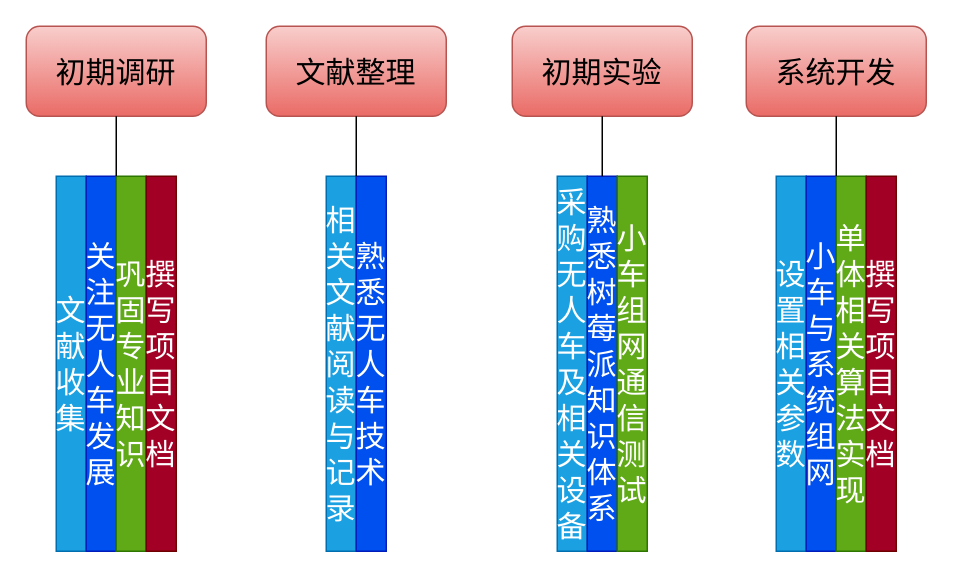
The draw.io diagram 俊康.drawio in Chen-Lun-Hao/EveryWord, before the edit. Source tidied: cells renumbered, new cells numbered last; positions are measured from the earlier drawing's top-left corner, leaving out a move shared by most shapes. Both pictures are drawn from the tidied source at 150%, with x=0, y=0 at pixel (26, 26).
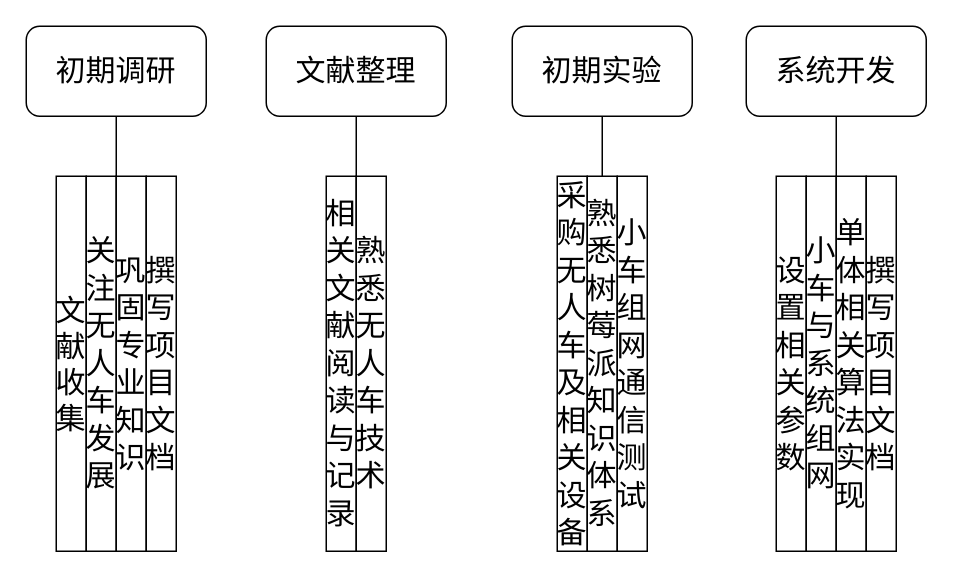
After the change.

What changed in the source:
```diff
@@
-    <mxCell id="2" value="&lt;font style=&quot;font-size: 20px&quot;&gt;初期调研&lt;/font&gt;" style="rounded=1;whiteSpace=wrap;html=1;fillColor=#f8cecc;gradientColor=#ea6b66;strokeColor=#b85450;" parent="1" vertex="1">
+    <mxCell id="2" value="&lt;font style=&quot;font-size: 20px&quot; color=&quot;#000000&quot; face=&quot;Comic Sans MS&quot;&gt;初期调研&lt;/font&gt;" style="rounded=1;whiteSpace=wrap;html=1;" parent="1" vertex="1">
       <mxGeometry width="120" height="60" as="geometry" />
     </mxCell>
-    <mxCell id="3" value="文献收集" style="rounded=0;whiteSpace=wrap;html=1;fontSize=20;fillColor=#1ba1e2;fontColor=#ffffff;strokeColor=#006EAF;" parent="1" vertex="1">
+    <mxCell id="3" value="&lt;font color=&quot;#000000&quot;&gt;文献收集&lt;/font&gt;" style="rounded=0;whiteSpace=wrap;html=1;fontSize=20;" parent="1" vertex="1">
       <mxGeometry x="20" y="100" width="20" height="250" as="geometry" />
     </mxCell>
-    <mxCell id="4" value="关注无人车发展" style="rounded=0;whiteSpace=wrap;html=1;fontSize=20;fillColor=#0050ef;fontColor=#ffffff;strokeColor=#001DBC;" parent="1" vertex="1">
+    <mxCell id="4" value="&lt;font color=&quot;#000000&quot; face=&quot;Comic Sans MS&quot;&gt;关注无人车发展&lt;/font&gt;" style="rounded=0;whiteSpace=wrap;html=1;fontSize=20;" parent="1" vertex="1">
       <mxGeometry x="40" y="100" width="20" height="250" as="geometry" />
     </mxCell>
-    <mxCell id="5" value="巩固专业知识" style="rounded=0;whiteSpace=wrap;html=1;fontSize=20;fillColor=#60a917;fontColor=#ffffff;strokeColor=#2D7600;" parent="1" vertex="1">
+    <mxCell id="5" value="&lt;font color=&quot;#000000&quot; face=&quot;Comic Sans MS&quot;&gt;巩固专业知识&lt;/font&gt;" style="rounded=0;whiteSpace=wrap;html=1;fontSize=20;" parent="1" vertex="1">
       <mxGeometry x="60" y="100" width="20" height="250" as="geometry" />
     </mxCell>
-    <mxCell id="6" value="撰写项目文档" style="rounded=0;whiteSpace=wrap;html=1;fontSize=20;fillColor=#a20025;fontColor=#ffffff;strokeColor=#6F0000;" parent="1" vertex="1">
+    <mxCell id="6" value="&lt;font color=&quot;#000000&quot; face=&quot;Comic Sans MS&quot;&gt;撰写项目文档&lt;/font&gt;" style="rounded=0;whiteSpace=wrap;html=1;fontSize=20;" parent="1" vertex="1">
       <mxGeometry x="80" y="100" width="20" height="250" as="geometry" />
     </mxCell>
@@
-    <mxCell id="8" value="&lt;font style=&quot;font-size: 20px&quot;&gt;文献整理&lt;/font&gt;" style="rounded=1;whiteSpace=wrap;html=1;fillColor=#f8cecc;gradientColor=#ea6b66;strokeColor=#b85450;" parent="1" vertex="1">
+    <mxCell id="8" value="&lt;font style=&quot;font-size: 20px&quot; color=&quot;#000000&quot; face=&quot;Comic Sans MS&quot;&gt;文献整理&lt;/font&gt;" style="rounded=1;whiteSpace=wrap;html=1;" parent="1" vertex="1">
       <mxGeometry x="160" width="120" height="60" as="geometry" />
     </mxCell>
-    <mxCell id="9" value="相关文献阅读与记录" style="rounded=0;whiteSpace=wrap;html=1;fontSize=20;fillColor=#1ba1e2;fontColor=#ffffff;strokeColor=#006EAF;" parent="1" vertex="1">
+    <mxCell id="9" value="&lt;font color=&quot;#000000&quot; face=&quot;Comic Sans MS&quot;&gt;相关文献阅读与记录&lt;/font&gt;" style="rounded=0;whiteSpace=wrap;html=1;fontSize=20;" parent="1" vertex="1">
       <mxGeometry x="200" y="100" width="20" height="250" as="geometry" />
     </mxCell>
-    <mxCell id="10" value="熟悉无人车技术" style="rounded=0;whiteSpace=wrap;html=1;fontSize=20;fillColor=#0050ef;fontColor=#ffffff;strokeColor=#001DBC;" parent="1" vertex="1">
+    <mxCell id="10" value="&lt;font color=&quot;#000000&quot; face=&quot;Comic Sans MS&quot;&gt;熟悉无人车技术&lt;/font&gt;" style="rounded=0;whiteSpace=wrap;html=1;fontSize=20;" parent="1" vertex="1">
       <mxGeometry x="220" y="100" width="20" height="250" as="geometry" />
     </mxCell>
@@
-    <mxCell id="12" value="&lt;font style=&quot;font-size: 20px&quot;&gt;初期实验&lt;/font&gt;" style="rounded=1;whiteSpace=wrap;html=1;fillColor=#f8cecc;gradientColor=#ea6b66;strokeColor=#b85450;" parent="1" vertex="1">
+    <mxCell id="12" value="&lt;font style=&quot;font-size: 20px&quot; color=&quot;#000000&quot; face=&quot;Comic Sans MS&quot;&gt;初期实验&lt;/font&gt;" style="rounded=1;whiteSpace=wrap;html=1;" parent="1" vertex="1">
       <mxGeometry x="324" width="120" height="60" as="geometry" />
     </mxCell>
-    <mxCell id="13" value="采购无人车及相关设备" style="rounded=0;whiteSpace=wrap;html=1;fontSize=20;fillColor=#1ba1e2;fontColor=#ffffff;strokeColor=#006EAF;" parent="1" vertex="1">
+    <mxCell id="13" value="&lt;font color=&quot;#000000&quot; face=&quot;Comic Sans MS&quot;&gt;采购无人车及相关设备&lt;/font&gt;" style="rounded=0;whiteSpace=wrap;html=1;fontSize=20;" parent="1" vertex="1">
       <mxGeometry x="354" y="100" width="20" height="250" as="geometry" />
     </mxCell>
-    <mxCell id="14" value="熟悉树莓派知识体系" style="rounded=0;whiteSpace=wrap;html=1;fontSize=20;fillColor=#0050ef;fontColor=#ffffff;strokeColor=#001DBC;" parent="1" vertex="1">
+    <mxCell id="14" value="&lt;font color=&quot;#000000&quot; face=&quot;Comic Sans MS&quot;&gt;熟悉树莓派知识体系&lt;/font&gt;" style="rounded=0;whiteSpace=wrap;html=1;fontSize=20;" parent="1" vertex="1">
       <mxGeometry x="374" y="100" width="20" height="250" as="geometry" />
     </mxCell>
-    <mxCell id="15" value="小车组网通信测试" style="rounded=0;whiteSpace=wrap;html=1;fontSize=20;fillColor=#60a917;fontColor=#ffffff;strokeColor=#2D7600;" parent="1" vertex="1">
+    <mxCell id="15" value="&lt;font color=&quot;#000000&quot; face=&quot;Comic Sans MS&quot;&gt;小车组网通信测试&lt;/font&gt;" style="rounded=0;whiteSpace=wrap;html=1;fontSize=20;" parent="1" vertex="1">
       <mxGeometry x="394" y="100" width="20" height="250" as="geometry" />
     </mxCell>
@@
-    <mxCell id="17" value="&lt;font style=&quot;font-size: 20px&quot;&gt;系统开发&lt;/font&gt;" style="rounded=1;whiteSpace=wrap;html=1;fillColor=#f8cecc;gradientColor=#ea6b66;strokeColor=#b85450;" parent="1" vertex="1">
+    <mxCell id="17" value="&lt;font style=&quot;font-size: 20px&quot; color=&quot;#000000&quot; face=&quot;Comic Sans MS&quot;&gt;系统开发&lt;/font&gt;" style="rounded=1;whiteSpace=wrap;html=1;" parent="1" vertex="1">
       <mxGeometry x="480" width="120" height="60" as="geometry" />
     </mxCell>
-    <mxCell id="18" value="设置相关参数" style="rounded=0;whiteSpace=wrap;html=1;fontSize=20;fillColor=#1ba1e2;fontColor=#ffffff;strokeColor=#006EAF;" parent="1" vertex="1">
+    <mxCell id="18" value="&lt;font color=&quot;#000000&quot; face=&quot;Comic Sans MS&quot;&gt;设置相关参数&lt;/font&gt;" style="rounded=0;whiteSpace=wrap;html=1;fontSize=20;" parent="1" vertex="1">
       <mxGeometry x="500" y="100" width="20" height="250" as="geometry" />
     </mxCell>
-    <mxCell id="19" value="小车与系统组网" style="rounded=0;whiteSpace=wrap;html=1;fontSize=20;fillColor=#0050ef;fontColor=#ffffff;strokeColor=#001DBC;" parent="1" vertex="1">
+    <mxCell id="19" value="&lt;font color=&quot;#000000&quot; face=&quot;Comic Sans MS&quot;&gt;小车与系统组网&lt;/font&gt;" style="rounded=0;whiteSpace=wrap;html=1;fontSize=20;" parent="1" vertex="1">
       <mxGeometry x="520" y="100" width="20" height="250" as="geometry" />
     </mxCell>
-    <mxCell id="20" value="单体相关算法实现" style="rounded=0;whiteSpace=wrap;html=1;fontSize=20;fillColor=#60a917;fontColor=#ffffff;strokeColor=#2D7600;" parent="1" vertex="1">
+    <mxCell id="20" value="&lt;font color=&quot;#000000&quot; face=&quot;Comic Sans MS&quot;&gt;单体相关算法实现&lt;/font&gt;" style="rounded=0;whiteSpace=wrap;html=1;fontSize=20;" parent="1" vertex="1">
       <mxGeometry x="540" y="100" width="20" height="250" as="geometry" />
     </mxCell>
-    <mxCell id="21" value="撰写项目文档" style="rounded=0;whiteSpace=wrap;html=1;fontSize=20;fillColor=#a20025;fontColor=#ffffff;strokeColor=#6F0000;" parent="1" vertex="1">
+    <mxCell id="21" value="&lt;font color=&quot;#000000&quot; face=&quot;Comic Sans MS&quot;&gt;撰写项目文档&lt;/font&gt;" style="rounded=0;whiteSpace=wrap;html=1;fontSize=20;" parent="1" vertex="1">
       <mxGeometry x="560" y="100" width="20" height="250" as="geometry" />
     </mxCell>
```
